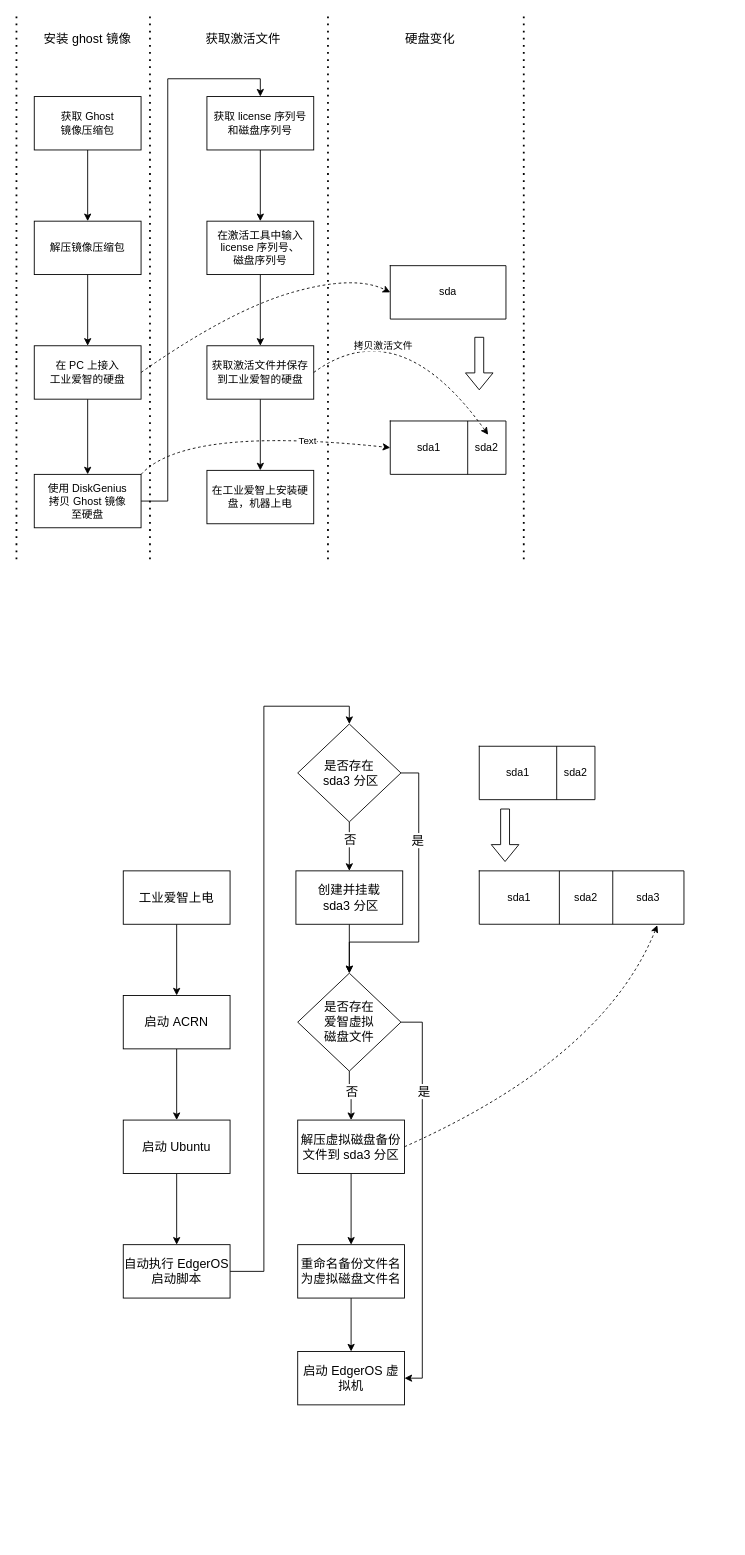
Above: 工业爱智生产流程.drawio in SongXiaoLongg/DrawIO (draw.io), before the change. Source tidied: cells renumbered, new cells numbered last; positions are measured from the earlier drawing's top-left corner, leaving out a move shared by most shapes. Both pictures are drawn from the tidied source at 89%, with x=0, y=0 at pixel (16, 16).
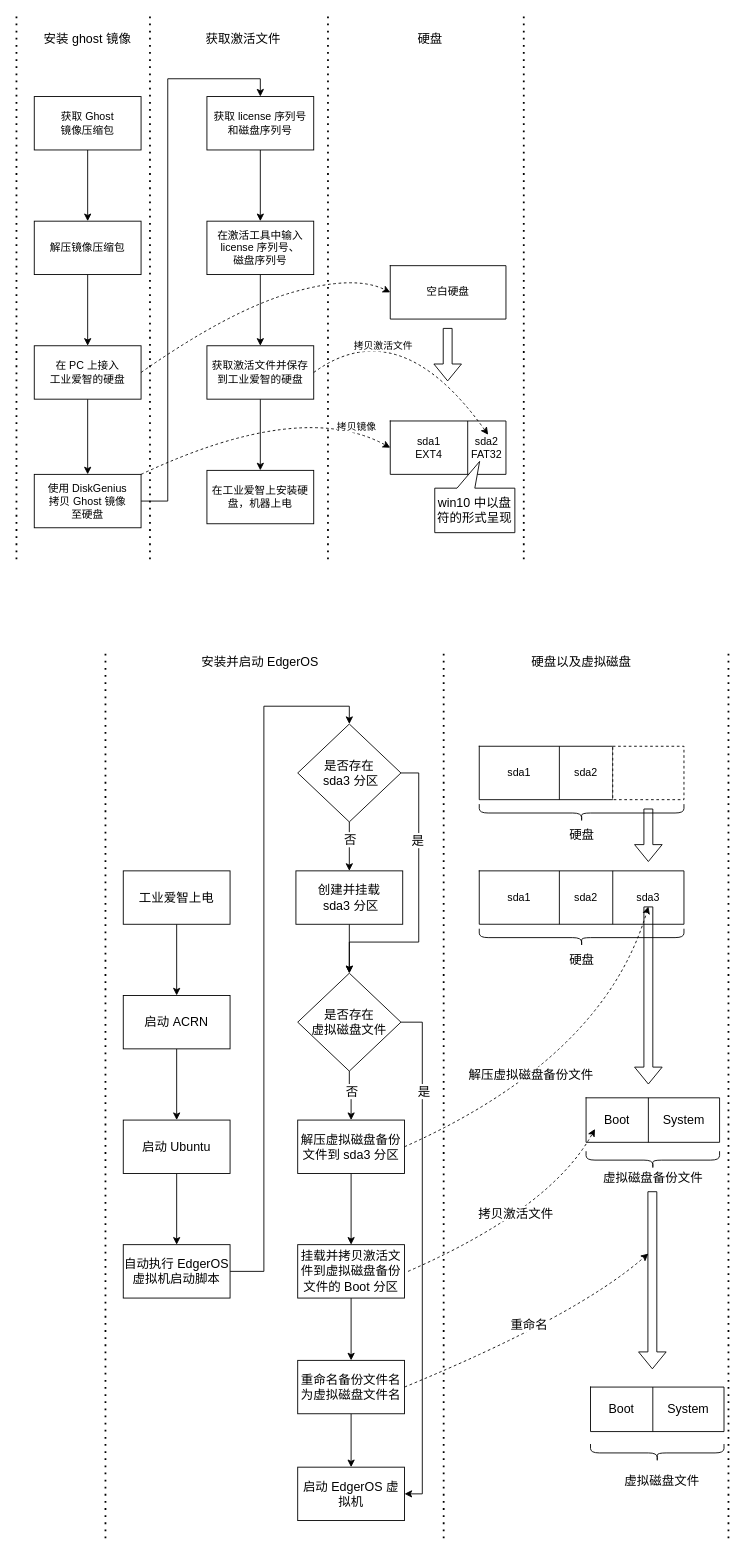
The same page after the edit.

Commit message:
更新工业爱智生产流程.drawio

Unchanged cells that the change refers to:
```xml
<mxCell id="9" value="使用 DiskGenius&lt;br&gt;拷贝 Ghost 镜像&lt;br&gt;至硬盘" style="whiteSpace=wrap;html=1;rounded=0;" parent="1" vertex="1">
  <mxGeometry x="20" y="514.5" width="120" height="60" as="geometry" />
</mxCell>
<mxCell id="18" style="shape=tableRow;horizontal=0;startSize=0;swimlaneHead=0;swimlaneBody=0;top=0;left=0;bottom=0;right=0;fillColor=none;points=[[0,0.5],[1,0.5]];portConstraint=eastwest;" parent="17" vertex="1">
  <mxGeometry width="130" height="60" as="geometry" />
</mxCell>
<mxCell id="22" style="shape=tableRow;horizontal=0;startSize=0;swimlaneHead=0;swimlaneBody=0;top=0;left=0;bottom=0;right=0;fillColor=none;points=[[0,0.5],[1,0.5]];portConstraint=eastwest;" parent="21" vertex="1">
  <mxGeometry width="130" height="60" as="geometry" />
</mxCell>
<mxCell id="54" style="edgeStyle=orthogonalEdgeStyle;rounded=0;jettySize=auto;html=1;exitX=1;exitY=0.5;exitDx=0;exitDy=0;entryX=1;entryY=0.5;entryDx=0;entryDy=0;fontSize=14;" parent="1" edge="1" source="56" target="61">
  <mxGeometry relative="1" as="geometry" />
</mxCell>
<mxCell id="58" value="解压虚拟磁盘备份文件到 sda3 分区" style="whiteSpace=wrap;html=1;fontSize=14;rounded=0;" parent="1" vertex="1">
  <mxGeometry x="316" y="1240" width="120" height="60" as="geometry" />
</mxCell>
<mxCell id="67" style="shape=tableRow;horizontal=0;startSize=0;swimlaneHead=0;swimlaneBody=0;top=0;left=0;bottom=0;right=0;fillColor=none;points=[[0,0.5],[1,0.5]];portConstraint=eastwest;" parent="66" vertex="1">
  <mxGeometry width="230" height="60" as="geometry" />
</mxCell>
```

Diff of the diagram source:
```diff
@@
-    <mxCell id="19" value="sda1" style="shape=partialRectangle;html=1;whiteSpace=wrap;overflow=hidden;fillColor=none;top=0;left=0;bottom=0;right=0;" parent="18" vertex="1">
+    <mxCell id="19" value="sda1&lt;br&gt;EXT4" style="shape=partialRectangle;html=1;whiteSpace=wrap;overflow=hidden;fillColor=none;top=0;left=0;bottom=0;right=0;" parent="18" vertex="1">
       <mxGeometry width="87" height="60" as="geometry" />
     </mxCell>
-    <mxCell id="20" value="sda2" style="shape=partialRectangle;html=1;whiteSpace=wrap;overflow=hidden;fillColor=none;top=0;left=0;bottom=0;right=0;" parent="18" vertex="1">
+    <mxCell id="20" value="sda2&lt;br&gt;FAT32" style="shape=partialRectangle;html=1;whiteSpace=wrap;overflow=hidden;fillColor=none;top=0;left=0;bottom=0;right=0;" parent="18" vertex="1">
       <mxGeometry x="87" width="43" height="60" as="geometry" />
     </mxCell>
@@
-    <mxCell id="23" value="sda" style="shape=partialRectangle;html=1;whiteSpace=wrap;overflow=hidden;fillColor=none;top=0;left=0;bottom=0;right=0;" parent="22" vertex="1">
+    <mxCell id="23" value="空白硬盘" style="shape=partialRectangle;html=1;whiteSpace=wrap;overflow=hidden;fillColor=none;top=0;left=0;bottom=0;right=0;" parent="22" vertex="1">
       <mxGeometry width="130" height="60" as="geometry" />
     </mxCell>
@@
     <mxCell id="26" style="curved=1;endArrow=classic;html=1;rounded=0;dashed=1;exitX=1;exitY=0;exitDx=0;exitDy=0;entryX=0;entryY=0.5;entryDx=0;entryDy=0;" parent="1" edge="1" source="9" target="18">
       <mxGeometry relative="1" as="geometry">
         <Array as="points">
-          <mxPoint x="190" y="460" />
+          <mxPoint x="320" y="430" />
         </Array>
       </mxGeometry>
     </mxCell>
-    <mxCell id="27" value="Text" style="edgeLabel;html=1;align=center;verticalAlign=middle;" parent="26" vertex="1">
-      <mxGeometry x="0.38" y="-2" relative="1" as="geometry" />
+    <mxCell id="27" value="拷贝镜像" style="edgeLabel;html=1;align=center;verticalAlign=middle;" parent="26" vertex="1">
+      <mxGeometry x="0.38" y="-2" relative="1" as="geometry">
+        <mxPoint x="47" y="21" as="offset" />
+      </mxGeometry>
     </mxCell>
@@
-    <mxCell id="36" value="&lt;span style=&quot;font-size: 14px;&quot;&gt;硬盘变化&lt;/span&gt;" style="text;html=1;strokeColor=none;fillColor=none;align=center;verticalAlign=middle;whiteSpace=wrap;rounded=0;" parent="1" vertex="1">
+    <mxCell id="36" value="&lt;span style=&quot;font-size: 14px;&quot;&gt;硬盘&lt;/span&gt;" style="text;html=1;strokeColor=none;fillColor=none;align=center;verticalAlign=middle;whiteSpace=wrap;rounded=0;" parent="1" vertex="1">
       <mxGeometry x="410" y="10" width="110" height="30" as="geometry" />
     </mxCell>
@@
-    <mxCell id="44" value="自动执行 EdgerOS 启动脚本" style="whiteSpace=wrap;html=1;fontSize=14;rounded=0;" parent="1" vertex="1">
+    <mxCell id="44" value="自动执行 EdgerOS 虚拟机启动脚本" style="whiteSpace=wrap;html=1;fontSize=14;rounded=0;" parent="1" vertex="1">
       <mxGeometry x="120" y="1380" width="120" height="60" as="geometry" />
     </mxCell>
@@
     <mxCell id="55" value="是" style="edgeLabel;html=1;align=center;verticalAlign=middle;fontSize=14;" parent="54" vertex="1">
       <mxGeometry x="-0.15" y="1" relative="1" as="geometry">
-        <mxPoint y="-88" as="offset" />
+        <mxPoint y="-143" as="offset" />
       </mxGeometry>
     </mxCell>
-    <mxCell id="56" value="是否存在&lt;br&gt;爱智虚拟&lt;br&gt;磁盘文件" style="rhombus;whiteSpace=wrap;html=1;fontSize=14;rounded=0;" parent="1" vertex="1">
+    <mxCell id="56" value="是否存在&lt;br&gt;虚拟磁盘文件" style="rhombus;whiteSpace=wrap;html=1;fontSize=14;rounded=0;" parent="1" vertex="1">
       <mxGeometry x="316" y="1075" width="116" height="110" as="geometry" />
     </mxCell>
-    <mxCell id="57" style="edgeStyle=orthogonalEdgeStyle;rounded=0;jettySize=auto;html=1;entryX=0.5;entryY=0;entryDx=0;entryDy=0;fontSize=14;" parent="1" edge="1" source="58" target="60">
-      <mxGeometry relative="1" as="geometry" />
-    </mxCell>
+    <mxCell id="74" style="edgeStyle=orthogonalEdgeStyle;rounded=0;jettySize=auto;html=1;fontSize=14;" parent="1" edge="1" source="58" target="77">
+      <mxGeometry relative="1" as="geometry" />
+    </mxCell>
@@
     <mxCell id="60" value="重命名备份文件名为虚拟磁盘文件名" style="whiteSpace=wrap;html=1;fontSize=14;rounded=0;" parent="1" vertex="1">
-      <mxGeometry x="316" y="1380" width="120" height="60" as="geometry" />
+      <mxGeometry x="316" y="1510" width="120" height="60" as="geometry" />
     </mxCell>
     <mxCell id="61" value="启动 EdgerOS 虚拟机" style="whiteSpace=wrap;html=1;fontSize=14;rounded=0;" parent="1" vertex="1">
-      <mxGeometry x="316" y="1500" width="120" height="60" as="geometry" />
+      <mxGeometry x="316" y="1630" width="120" height="60" as="geometry" />
     </mxCell>
     <mxCell id="62" style="shape=table;startSize=0;childLayout=tableLayout;" parent="1" vertex="1">
-      <mxGeometry x="520" y="820" width="130" height="60" as="geometry" />
+      <mxGeometry x="520" y="820" width="150" height="60" as="geometry" />
     </mxCell>
     <mxCell id="63" style="shape=tableRow;horizontal=0;startSize=0;swimlaneHead=0;swimlaneBody=0;top=0;left=0;bottom=0;right=0;fillColor=none;" parent="62" vertex="1">
-      <mxGeometry width="130" height="60" as="geometry" />
+      <mxGeometry width="150" height="60" as="geometry" />
     </mxCell>
     <mxCell id="64" value="sda1" style="shape=partialRectangle;html=1;whiteSpace=wrap;overflow=hidden;fillColor=none;top=0;left=0;bottom=0;right=0;" parent="63" vertex="1">
-      <mxGeometry width="87" height="60" as="geometry" />
+      <mxGeometry width="90" height="60" as="geometry" />
     </mxCell>
     <mxCell id="65" value="sda2" style="shape=partialRectangle;html=1;whiteSpace=wrap;overflow=hidden;fillColor=none;top=0;left=0;bottom=0;right=0;" parent="63" vertex="1">
-      <mxGeometry x="87" width="43" height="60" as="geometry" />
+      <mxGeometry x="90" width="60" height="60" as="geometry" />
     </mxCell>
@@
     <mxCell id="71" style="shape=flexArrow;endArrow=classic;html=1;rounded=0;fontSize=14;" parent="1" edge="1">
       <mxGeometry relative="1" as="geometry">
-        <mxPoint x="549" y="890" as="sourcePoint" />
-        <mxPoint x="549" y="950" as="targetPoint" />
+        <mxPoint x="710" y="890" as="sourcePoint" />
+        <mxPoint x="710" y="950" as="targetPoint" />
       </mxGeometry>
     </mxCell>
-    <mxCell id="72" style="curved=1;endArrow=classic;html=1;rounded=0;dashed=1;fontSize=14;exitX=1;exitY=0.5;exitDx=0;exitDy=0;entryX=0.87;entryY=1.017;entryDx=0;entryDy=0;entryPerimeter=0;" parent="1" edge="1" source="58" target="67">
+    <mxCell id="72" style="curved=1;endArrow=classic;html=1;rounded=0;dashed=1;fontSize=14;exitX=1;exitY=0.5;exitDx=0;exitDy=0;" parent="1" edge="1" source="58">
       <mxGeometry relative="1" as="geometry">
+        <mxPoint x="710" y="1000" as="targetPoint" />
         <Array as="points">
           <mxPoint x="660" y="1170" />
         </Array>
       </mxGeometry>
     </mxCell>
-    <mxCell id="73" style="shape=flexArrow;endArrow=classic;html=1;rounded=0;fontSize=14;" parent="1" edge="1">
-      <mxGeometry relative="1" as="geometry">
-        <mxPoint x="520" y="360" as="sourcePoint" />
-        <mxPoint x="520" y="420" as="targetPoint" />
-      </mxGeometry>
-    </mxCell>
+    <mxCell id="75" value="解压虚拟磁盘备份文件" style="edgeLabel;html=1;align=center;verticalAlign=middle;fontSize=14;" parent="72" vertex="1">
+      <mxGeometry x="-0.23" y="17" relative="1" as="geometry" />
+    </mxCell>
+    <mxCell id="76" style="edgeStyle=orthogonalEdgeStyle;rounded=0;jettySize=auto;html=1;entryX=0.5;entryY=0;entryDx=0;entryDy=0;fontSize=14;" parent="1" edge="1" source="77" target="60">
+      <mxGeometry relative="1" as="geometry" />
+    </mxCell>
+    <mxCell id="77" value="挂载并拷贝激活文件到虚拟磁盘备份文件的 Boot 分区" style="whiteSpace=wrap;html=1;fontSize=14;rounded=0;" parent="1" vertex="1">
+      <mxGeometry x="316" y="1380" width="120" height="60" as="geometry" />
+    </mxCell>
+    <mxCell id="78" style="shape=flexArrow;endArrow=classic;html=1;rounded=0;fontSize=14;" parent="1" edge="1">
+      <mxGeometry relative="1" as="geometry">
+        <mxPoint x="710" y="1000" as="sourcePoint" />
+        <mxPoint x="710" y="1200" as="targetPoint" />
+      </mxGeometry>
+    </mxCell>
+    <mxCell id="79" style="shape=table;startSize=0;childLayout=tableLayout;fontSize=14;" parent="1" vertex="1">
+      <mxGeometry x="640" y="1215" width="150" height="50" as="geometry" />
+    </mxCell>
+    <mxCell id="80" style="shape=tableRow;horizontal=0;startSize=0;swimlaneHead=0;swimlaneBody=0;top=0;left=0;bottom=0;right=0;fillColor=none;fontSize=14;" parent="79" vertex="1">
+      <mxGeometry width="150" height="50" as="geometry" />
+    </mxCell>
+    <mxCell id="81" value="Boot" style="shape=partialRectangle;html=1;whiteSpace=wrap;overflow=hidden;fillColor=none;top=0;left=0;bottom=0;right=0;fontSize=14;" parent="80" vertex="1">
+      <mxGeometry width="70" height="50" as="geometry" />
+    </mxCell>
+    <mxCell id="82" value="System" style="shape=partialRectangle;html=1;whiteSpace=wrap;overflow=hidden;fillColor=none;top=0;left=0;bottom=0;right=0;fontSize=14;" parent="80" vertex="1">
+      <mxGeometry x="70" width="80" height="50" as="geometry" />
+    </mxCell>
+    <mxCell id="83" style="shape=curlyBracket;whiteSpace=wrap;html=1;rounded=1;fontSize=14;rotation=-90;" parent="1" vertex="1">
+      <mxGeometry x="705" y="1210" width="20" height="150" as="geometry" />
+    </mxCell>
+    <mxCell id="84" value="虚拟磁盘备份文件" style="text;html=1;align=center;verticalAlign=middle;strokeColor=none;fillColor=none;fontSize=14;" parent="1" vertex="1">
+      <mxGeometry x="645" y="1290" width="140" height="30" as="geometry" />
+    </mxCell>
+    <mxCell id="85" style="curved=1;endArrow=classic;html=1;rounded=0;fontSize=14;dashed=1;" parent="1" edge="1">
+      <mxGeometry relative="1" as="geometry">
+        <mxPoint x="440" y="1410" as="sourcePoint" />
+        <mxPoint x="650" y="1250" as="targetPoint" />
+        <Array as="points">
+          <mxPoint x="600" y="1340" />
+        </Array>
+      </mxGeometry>
+    </mxCell>
+    <mxCell id="86" value="拷贝激活文件" style="edgeLabel;html=1;align=center;verticalAlign=middle;fontSize=14;" parent="85" vertex="1">
+      <mxGeometry x="-0.01" y="12" relative="1" as="geometry" />
+    </mxCell>
+    <mxCell id="87" style="shape=table;startSize=0;childLayout=tableLayout;fontSize=14;" parent="1" vertex="1">
+      <mxGeometry x="645" y="1540" width="150" height="50" as="geometry" />
+    </mxCell>
+    <mxCell id="88" style="shape=tableRow;horizontal=0;startSize=0;swimlaneHead=0;swimlaneBody=0;top=0;left=0;bottom=0;right=0;fillColor=none;fontSize=14;" parent="87" vertex="1">
+      <mxGeometry width="150" height="50" as="geometry" />
+    </mxCell>
+    <mxCell id="89" value="Boot" style="shape=partialRectangle;html=1;whiteSpace=wrap;overflow=hidden;fillColor=none;top=0;left=0;bottom=0;right=0;fontSize=14;" parent="88" vertex="1">
+      <mxGeometry width="70" height="50" as="geometry" />
+    </mxCell>
+    <mxCell id="90" value="System" style="shape=partialRectangle;html=1;whiteSpace=wrap;overflow=hidden;fillColor=none;top=0;left=0;bottom=0;right=0;fontSize=14;" parent="88" vertex="1">
+      <mxGeometry x="70" width="80" height="50" as="geometry" />
+    </mxCell>
+    <mxCell id="91" style="shape=flexArrow;endArrow=classic;html=1;rounded=0;fontSize=14;" parent="1" edge="1">
+      <mxGeometry relative="1" as="geometry">
+        <mxPoint x="714.5" y="1320" as="sourcePoint" />
+        <mxPoint x="714.5" y="1520" as="targetPoint" />
+      </mxGeometry>
+    </mxCell>
+    <mxCell id="92" style="shape=curlyBracket;whiteSpace=wrap;html=1;rounded=1;fontSize=14;rotation=-90;" parent="1" vertex="1">
+      <mxGeometry x="710" y="1539" width="20" height="150" as="geometry" />
+    </mxCell>
+    <mxCell id="93" value="虚拟磁盘文件" style="text;html=1;align=center;verticalAlign=middle;strokeColor=none;fillColor=none;fontSize=14;" parent="1" vertex="1">
+      <mxGeometry x="670" y="1630" width="110" height="30" as="geometry" />
+    </mxCell>
+    <mxCell id="94" style="curved=1;endArrow=classic;html=1;rounded=0;fontSize=14;dashed=1;exitX=1;exitY=0.5;exitDx=0;exitDy=0;" parent="1" edge="1" source="60">
+      <mxGeometry relative="1" as="geometry">
+        <mxPoint x="710" y="1390" as="targetPoint" />
+        <Array as="points">
+          <mxPoint x="630" y="1460" />
+        </Array>
+      </mxGeometry>
+    </mxCell>
+    <mxCell id="95" value="重命名" style="edgeLabel;html=1;align=center;verticalAlign=middle;fontSize=14;" parent="94" vertex="1">
+      <mxGeometry x="-0.01" y="12" relative="1" as="geometry" />
+    </mxCell>
+    <mxCell id="96" style="rounded=0;whiteSpace=wrap;html=1;fontSize=14;dashed=1;" parent="1" vertex="1">
+      <mxGeometry x="670" y="820" width="80" height="60" as="geometry" />
+    </mxCell>
+    <mxCell id="97" style="endArrow=none;dashed=1;html=1;dashPattern=1 3;strokeWidth=2;rounded=0;" parent="1" edge="1">
+      <mxGeometry relative="1" as="geometry">
+        <mxPoint x="100" y="1710" as="sourcePoint" />
+        <mxPoint x="100" y="710" as="targetPoint" />
+      </mxGeometry>
+    </mxCell>
+    <mxCell id="98" style="endArrow=none;dashed=1;html=1;dashPattern=1 3;strokeWidth=2;rounded=0;" parent="1" edge="1">
+      <mxGeometry relative="1" as="geometry">
+        <mxPoint x="480" y="1710" as="sourcePoint" />
+        <mxPoint x="480" y="710" as="targetPoint" />
+      </mxGeometry>
+    </mxCell>
+    <mxCell id="99" style="endArrow=none;dashed=1;html=1;dashPattern=1 3;strokeWidth=2;rounded=0;" parent="1" edge="1">
+      <mxGeometry relative="1" as="geometry">
+        <mxPoint x="800" y="1710" as="sourcePoint" />
+        <mxPoint x="800" y="710" as="targetPoint" />
+      </mxGeometry>
+    </mxCell>
+    <mxCell id="100" value="&lt;font style=&quot;font-size: 14px;&quot;&gt;安装并启动 EdgerOS&lt;/font&gt;" style="text;html=1;strokeColor=none;fillColor=none;align=center;verticalAlign=middle;whiteSpace=wrap;rounded=0;" parent="1" vertex="1">
+      <mxGeometry x="186" y="710" width="176" height="30" as="geometry" />
+    </mxCell>
+    <mxCell id="101" value="&lt;span style=&quot;font-size: 14px;&quot;&gt;硬盘以及虚拟磁盘&lt;/span&gt;" style="text;html=1;strokeColor=none;fillColor=none;align=center;verticalAlign=middle;whiteSpace=wrap;rounded=0;" parent="1" vertex="1">
+      <mxGeometry x="547" y="710" width="176" height="30" as="geometry" />
+    </mxCell>
+    <mxCell id="102" style="shape=flexArrow;endArrow=classic;html=1;rounded=0;fontSize=14;" parent="1" edge="1">
+      <mxGeometry relative="1" as="geometry">
+        <mxPoint x="484.5" y="350" as="sourcePoint" />
+        <mxPoint x="484.5" y="410" as="targetPoint" />
+      </mxGeometry>
+    </mxCell>
+    <mxCell id="103" style="shape=curlyBracket;whiteSpace=wrap;html=1;rounded=1;fontSize=14;rotation=-90;" parent="1" vertex="1">
+      <mxGeometry x="625" y="780" width="20" height="230" as="geometry" />
+    </mxCell>
+    <mxCell id="104" value="硬盘" style="text;html=1;align=center;verticalAlign=middle;strokeColor=none;fillColor=none;fontSize=14;" parent="1" vertex="1">
+      <mxGeometry x="610" y="905" width="50" height="30" as="geometry" />
+    </mxCell>
+    <mxCell id="105" style="shape=curlyBracket;whiteSpace=wrap;html=1;rounded=1;fontSize=14;rotation=-90;" parent="1" vertex="1">
+      <mxGeometry x="625" y="920" width="20" height="230" as="geometry" />
+    </mxCell>
+    <mxCell id="106" value="硬盘" style="text;html=1;align=center;verticalAlign=middle;strokeColor=none;fillColor=none;fontSize=14;" parent="1" vertex="1">
+      <mxGeometry x="610" y="1045" width="50" height="30" as="geometry" />
+    </mxCell>
+    <mxCell id="107" value="win10 中以盘符的形式呈现" style="shape=callout;whiteSpace=wrap;html=1;perimeter=calloutPerimeter;fontSize=14;direction=west;position2=0.44;" parent="1" vertex="1">
+      <mxGeometry x="470" y="500" width="90" height="80" as="geometry" />
+    </mxCell>
```
